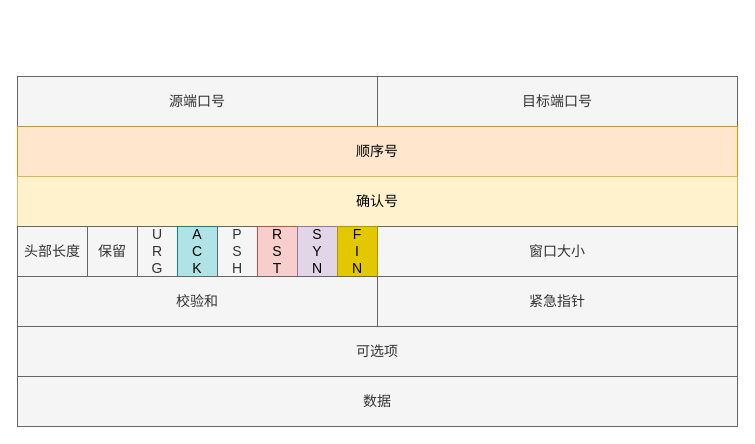
Before: src/drawio/tcp-header.drawio in zhenyou-nide/blog, a draw.io diagram. Source tidied: cells renumbered, new cells numbered last; positions are measured from the earlier drawing's top-left corner, leaving out a move shared by most shapes. Both pictures are drawn from the tidied source at 100%, with x=0, y=0 at pixel (17, 76).
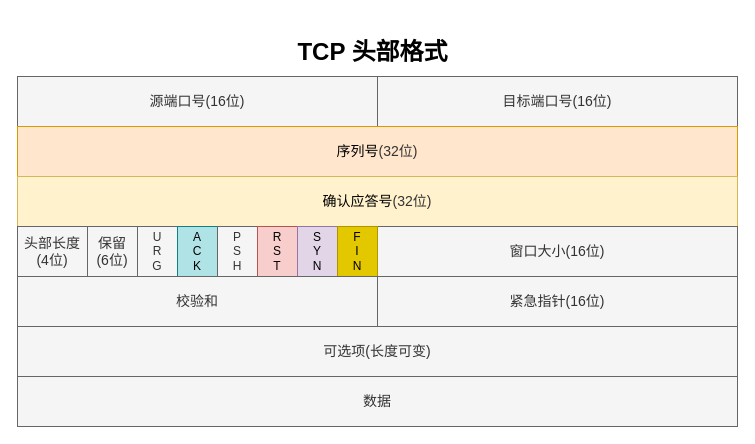
After the change.

The edit, as a diff of the source:
```diff
@@
 <mxGraphModel>
   <root>
     <mxCell id="0" />
     <mxCell id="1" parent="0" />
-    <mxCell id="2" value="源端口号" style="rounded=0;whiteSpace=wrap;html=1;fontSize=14;fillColor=#f5f5f5;strokeColor=#666666;fontColor=#333333;" parent="1" vertex="1">
+    <mxCell id="2" value="源端口号(16位)" style="rounded=0;whiteSpace=wrap;html=1;fontSize=14;fillColor=#f5f5f5;strokeColor=#666666;fontColor=#333333;" parent="1" vertex="1">
       <mxGeometry width="360" height="50" as="geometry" />
     </mxCell>
-    <mxCell id="3" value="目标端口号" style="rounded=0;whiteSpace=wrap;html=1;fontSize=14;fillColor=#f5f5f5;strokeColor=#666666;fontColor=#333333;" parent="1" vertex="1">
+    <mxCell id="3" value="目标端口号(16位)" style="rounded=0;whiteSpace=wrap;html=1;fontSize=14;fillColor=#f5f5f5;strokeColor=#666666;fontColor=#333333;" parent="1" vertex="1">
       <mxGeometry x="360" width="360" height="50" as="geometry" />
     </mxCell>
-    <mxCell id="4" value="顺序号" style="rounded=0;whiteSpace=wrap;html=1;fontSize=14;fillColor=#ffe6cc;strokeColor=#d79b00;" parent="1" vertex="1">
+    <mxCell id="4" value="序列号&lt;span style=&quot;color: rgb(51, 51, 51);&quot;&gt;(32位)&lt;/span&gt;" style="rounded=0;whiteSpace=wrap;html=1;fontSize=14;fillColor=#ffe6cc;strokeColor=#d79b00;" parent="1" vertex="1">
       <mxGeometry y="50" width="720" height="50" as="geometry" />
     </mxCell>
-    <mxCell id="5" value="确认号" style="rounded=0;whiteSpace=wrap;html=1;fontSize=14;fillColor=#fff2cc;strokeColor=#d6b656;" parent="1" vertex="1">
+    <mxCell id="5" value="确认应答号&lt;span style=&quot;color: rgb(51, 51, 51);&quot;&gt;(32位)&lt;/span&gt;" style="rounded=0;whiteSpace=wrap;html=1;fontSize=14;fillColor=#fff2cc;strokeColor=#d6b656;" parent="1" vertex="1">
       <mxGeometry y="100" width="720" height="50" as="geometry" />
     </mxCell>
-    <mxCell id="6" value="窗口大小" style="rounded=0;whiteSpace=wrap;html=1;fontSize=14;fillColor=#f5f5f5;strokeColor=#666666;fontColor=#333333;" parent="1" vertex="1">
+    <mxCell id="6" value="窗口大小(16位)" style="rounded=0;whiteSpace=wrap;html=1;fontSize=14;fillColor=#f5f5f5;strokeColor=#666666;fontColor=#333333;" parent="1" vertex="1">
       <mxGeometry x="360" y="150" width="360" height="50" as="geometry" />
     </mxCell>
-    <mxCell id="7" value="头部长度" style="rounded=0;whiteSpace=wrap;html=1;fontSize=14;fillColor=#f5f5f5;strokeColor=#666666;fontColor=#333333;" parent="1" vertex="1">
+    <mxCell id="7" value="头部长度(4位)" style="rounded=0;whiteSpace=wrap;html=1;fontSize=14;fillColor=#f5f5f5;strokeColor=#666666;fontColor=#333333;" parent="1" vertex="1">
       <mxGeometry y="150" width="70" height="50" as="geometry" />
     </mxCell>
-    <mxCell id="8" value="保留" style="rounded=0;whiteSpace=wrap;html=1;fontSize=14;fillColor=#f5f5f5;strokeColor=#666666;fontColor=#333333;" parent="1" vertex="1">
+    <mxCell id="8" value="保留&lt;div&gt;(6位)&lt;/div&gt;" style="rounded=0;whiteSpace=wrap;html=1;fontSize=14;fillColor=#f5f5f5;strokeColor=#666666;fontColor=#333333;" parent="1" vertex="1">
       <mxGeometry x="70" y="150" width="50" height="50" as="geometry" />
     </mxCell>
-    <mxCell id="9" value="U&lt;div style=&quot;font-size: 14px;&quot;&gt;R&lt;/div&gt;&lt;div style=&quot;font-size: 14px;&quot;&gt;G&lt;/div&gt;" style="rounded=0;whiteSpace=wrap;html=1;fontSize=14;fillColor=#f5f5f5;strokeColor=#666666;fontColor=#333333;" parent="1" vertex="1">
+    <mxCell id="9" value="U&lt;div style=&quot;font-size: 12px;&quot;&gt;R&lt;/div&gt;&lt;div style=&quot;font-size: 12px;&quot;&gt;G&lt;/div&gt;" style="rounded=0;whiteSpace=wrap;html=1;fontSize=12;fillColor=#f5f5f5;strokeColor=#666666;fontColor=#333333;verticalAlign=middle;" parent="1" vertex="1">
       <mxGeometry x="120" y="150" width="40" height="50" as="geometry" />
     </mxCell>
-    <mxCell id="10" value="A&lt;div style=&quot;font-size: 14px;&quot;&gt;C&lt;/div&gt;&lt;div style=&quot;font-size: 14px;&quot;&gt;K&lt;/div&gt;" style="rounded=0;whiteSpace=wrap;html=1;fontSize=14;fillColor=#b0e3e6;strokeColor=#0e8088;" parent="1" vertex="1">
+    <mxCell id="10" value="A&lt;div style=&quot;font-size: 12px;&quot;&gt;C&lt;/div&gt;&lt;div style=&quot;font-size: 12px;&quot;&gt;K&lt;/div&gt;" style="rounded=0;whiteSpace=wrap;html=1;fontSize=12;fillColor=#b0e3e6;strokeColor=#0e8088;verticalAlign=middle;" parent="1" vertex="1">
       <mxGeometry x="160" y="150" width="40" height="50" as="geometry" />
     </mxCell>
-    <mxCell id="11" value="P&lt;div style=&quot;font-size: 14px;&quot;&gt;S&lt;/div&gt;&lt;div style=&quot;font-size: 14px;&quot;&gt;H&lt;/div&gt;" style="rounded=0;whiteSpace=wrap;html=1;fontSize=14;fillColor=#f5f5f5;strokeColor=#666666;fontColor=#333333;" parent="1" vertex="1">
+    <mxCell id="11" value="P&lt;div style=&quot;font-size: 12px;&quot;&gt;S&lt;/div&gt;&lt;div style=&quot;font-size: 12px;&quot;&gt;H&lt;/div&gt;" style="rounded=0;whiteSpace=wrap;html=1;fontSize=12;fillColor=#f5f5f5;strokeColor=#666666;fontColor=#333333;verticalAlign=middle;" parent="1" vertex="1">
       <mxGeometry x="200" y="150" width="40" height="50" as="geometry" />
     </mxCell>
-    <mxCell id="12" value="R&lt;div style=&quot;font-size: 14px;&quot;&gt;S&lt;/div&gt;&lt;div style=&quot;font-size: 14px;&quot;&gt;T&lt;/div&gt;" style="rounded=0;whiteSpace=wrap;html=1;fontSize=14;fillColor=#f8cecc;strokeColor=#b85450;" parent="1" vertex="1">
+    <mxCell id="12" value="R&lt;div style=&quot;font-size: 12px;&quot;&gt;S&lt;/div&gt;&lt;div style=&quot;font-size: 12px;&quot;&gt;T&lt;/div&gt;" style="rounded=0;whiteSpace=wrap;html=1;fontSize=12;fillColor=#f8cecc;strokeColor=#b85450;verticalAlign=middle;" parent="1" vertex="1">
       <mxGeometry x="240" y="150" width="40" height="50" as="geometry" />
     </mxCell>
-    <mxCell id="13" value="S&lt;div style=&quot;font-size: 14px;&quot;&gt;Y&lt;/div&gt;&lt;div style=&quot;font-size: 14px;&quot;&gt;N&lt;/div&gt;" style="rounded=0;whiteSpace=wrap;html=1;fontSize=14;fillColor=#e1d5e7;strokeColor=#9673a6;" parent="1" vertex="1">
+    <mxCell id="13" value="S&lt;div style=&quot;font-size: 12px;&quot;&gt;Y&lt;/div&gt;&lt;div style=&quot;font-size: 12px;&quot;&gt;N&lt;/div&gt;" style="rounded=0;whiteSpace=wrap;html=1;fontSize=12;fillColor=#e1d5e7;strokeColor=#9673a6;verticalAlign=middle;" parent="1" vertex="1">
       <mxGeometry x="280" y="150" width="40" height="50" as="geometry" />
     </mxCell>
-    <mxCell id="14" value="F&lt;div style=&quot;font-size: 14px;&quot;&gt;I&lt;/div&gt;&lt;div style=&quot;font-size: 14px;&quot;&gt;N&lt;/div&gt;" style="rounded=0;whiteSpace=wrap;html=1;fontSize=14;fillColor=#e3c800;strokeColor=#B09500;fontColor=#000000;" parent="1" vertex="1">
+    <mxCell id="14" value="F&lt;div style=&quot;font-size: 12px;&quot;&gt;I&lt;/div&gt;&lt;div style=&quot;font-size: 12px;&quot;&gt;N&lt;/div&gt;" style="rounded=0;whiteSpace=wrap;html=1;fontSize=12;fillColor=#e3c800;strokeColor=#B09500;fontColor=#000000;verticalAlign=middle;" parent="1" vertex="1">
       <mxGeometry x="320" y="150" width="40" height="50" as="geometry" />
     </mxCell>
-    <mxCell id="15" value="可选项" style="rounded=0;whiteSpace=wrap;html=1;fontSize=14;fillColor=#f5f5f5;fontColor=#333333;strokeColor=#666666;" parent="1" vertex="1">
+    <mxCell id="15" value="可选项(长度可变)" style="rounded=0;whiteSpace=wrap;html=1;fontSize=14;fillColor=#f5f5f5;fontColor=#333333;strokeColor=#666666;" parent="1" vertex="1">
       <mxGeometry y="250" width="720" height="50" as="geometry" />
     </mxCell>
     <mxCell id="16" value="数据" style="rounded=0;whiteSpace=wrap;html=1;fontSize=14;fillColor=#f5f5f5;fontColor=#333333;strokeColor=#666666;" parent="1" vertex="1">
       <mxGeometry y="300" width="720" height="50" as="geometry" />
     </mxCell>
     <mxCell id="17" value="校验和" style="rounded=0;whiteSpace=wrap;html=1;fontSize=14;fillColor=#f5f5f5;fontColor=#333333;strokeColor=#666666;" parent="1" vertex="1">
       <mxGeometry y="200" width="360" height="50" as="geometry" />
     </mxCell>
-    <mxCell id="18" value="紧急指针" style="rounded=0;whiteSpace=wrap;html=1;fontSize=14;fillColor=#f5f5f5;fontColor=#333333;strokeColor=#666666;" parent="1" vertex="1">
+    <mxCell id="18" value="紧急指针(16位)" style="rounded=0;whiteSpace=wrap;html=1;fontSize=14;fillColor=#f5f5f5;fontColor=#333333;strokeColor=#666666;" parent="1" vertex="1">
       <mxGeometry x="360" y="200" width="360" height="50" as="geometry" />
     </mxCell>
+    <mxCell id="19" value="&lt;h1&gt;TCP 头部格式&lt;/h1&gt;" style="text;html=1;align=center;verticalAlign=middle;strokeColor=none;fillColor=none;" parent="1" vertex="1">
+      <mxGeometry x="270" y="-59" width="170" height="70" as="geometry" />
+    </mxCell>
   </root>
 </mxGraphModel>
```
